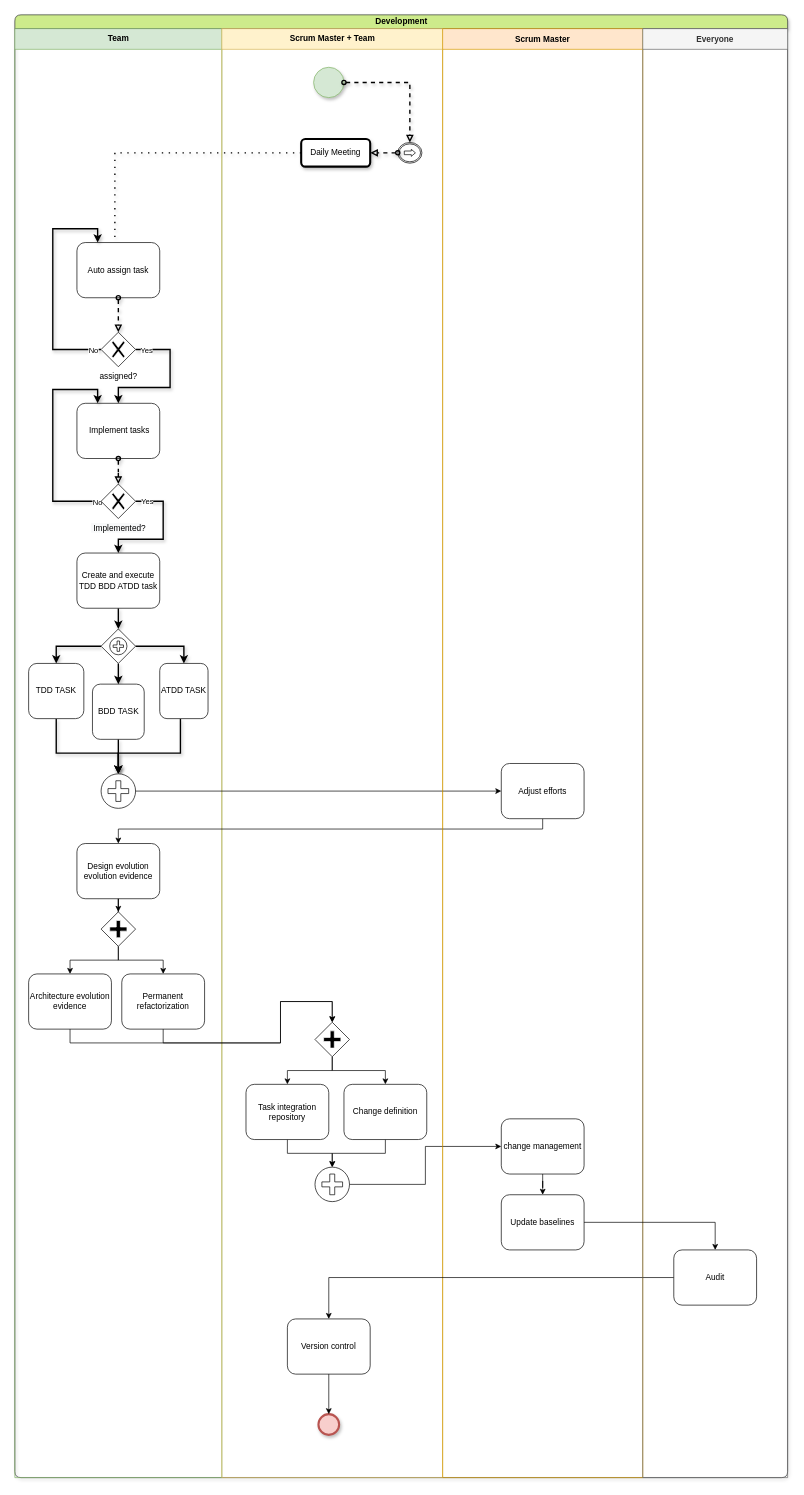
Above: page "Development" (6 of 11) of BPMN_Pre-game.drawio in JavierCabreraDev/Metodologia_Practica (draw.io), before the change. Source tidied: cells renumbered, new cells numbered last; positions are measured from the earlier drawing's top-left corner, leaving out a move shared by most shapes. Both pictures are drawn from the tidied source at 69%, with x=0, y=0 at pixel (14, 14).
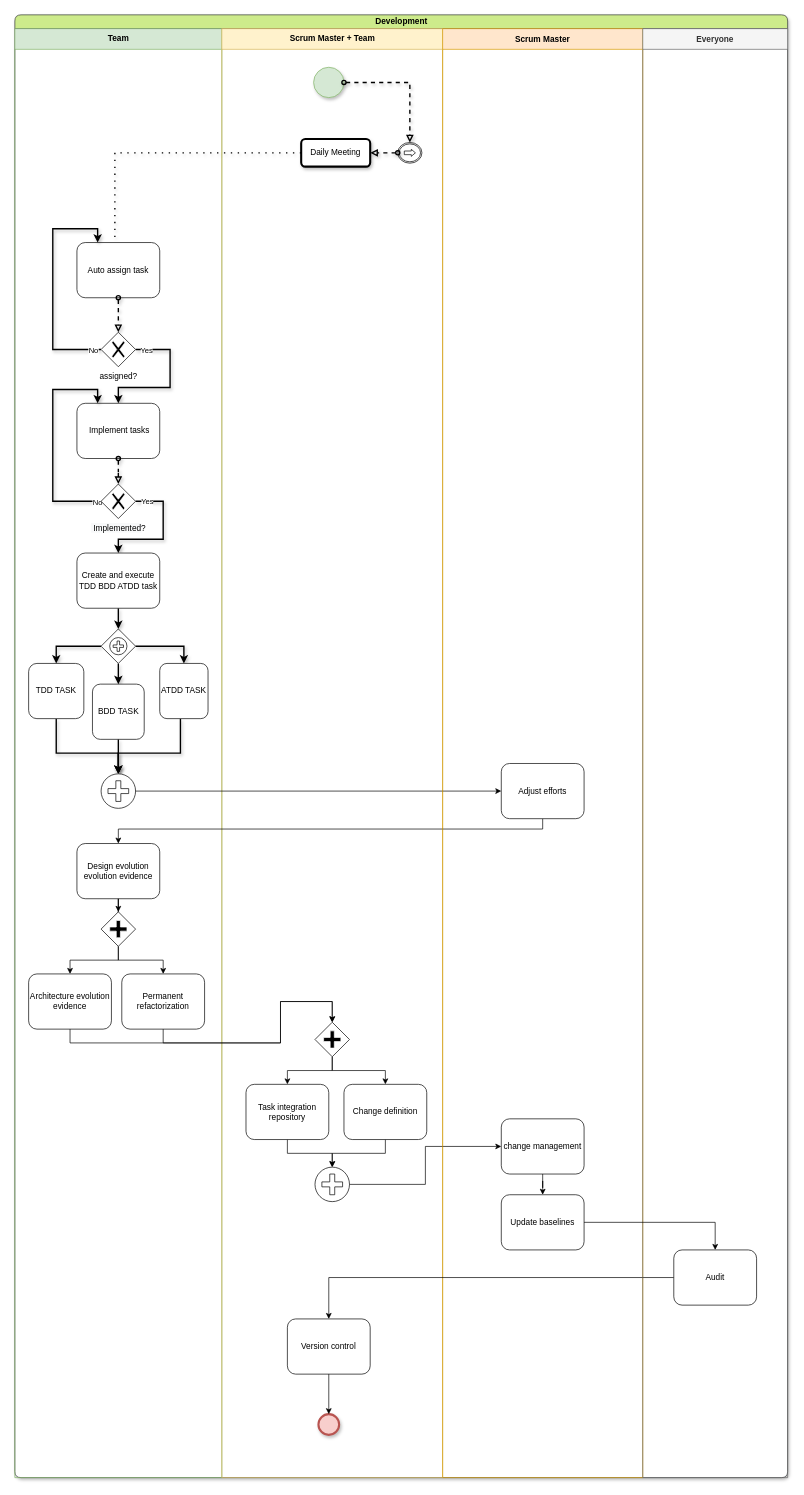
After the change.

The edit, as a diff of the source:
```diff
@@
-    <mxCell id="2" value="Development" style="swimlane;html=1;startSize=20;rounded=1;shadow=1;glass=0;fillColor=#cdeb8b;strokeColor=#36393d;" parent="1" vertex="1">
+    <mxCell id="2" value="Development" style="swimlane;html=1;startSize=20;rounded=1;shadow=1;glass=0;fillColor=#cdeb8b;strokeColor=#36393d;swimlaneFillColor=#ffffff;" parent="1" vertex="1">
       <mxGeometry width="1120" height="2120" as="geometry" />
     </mxCell>
```
